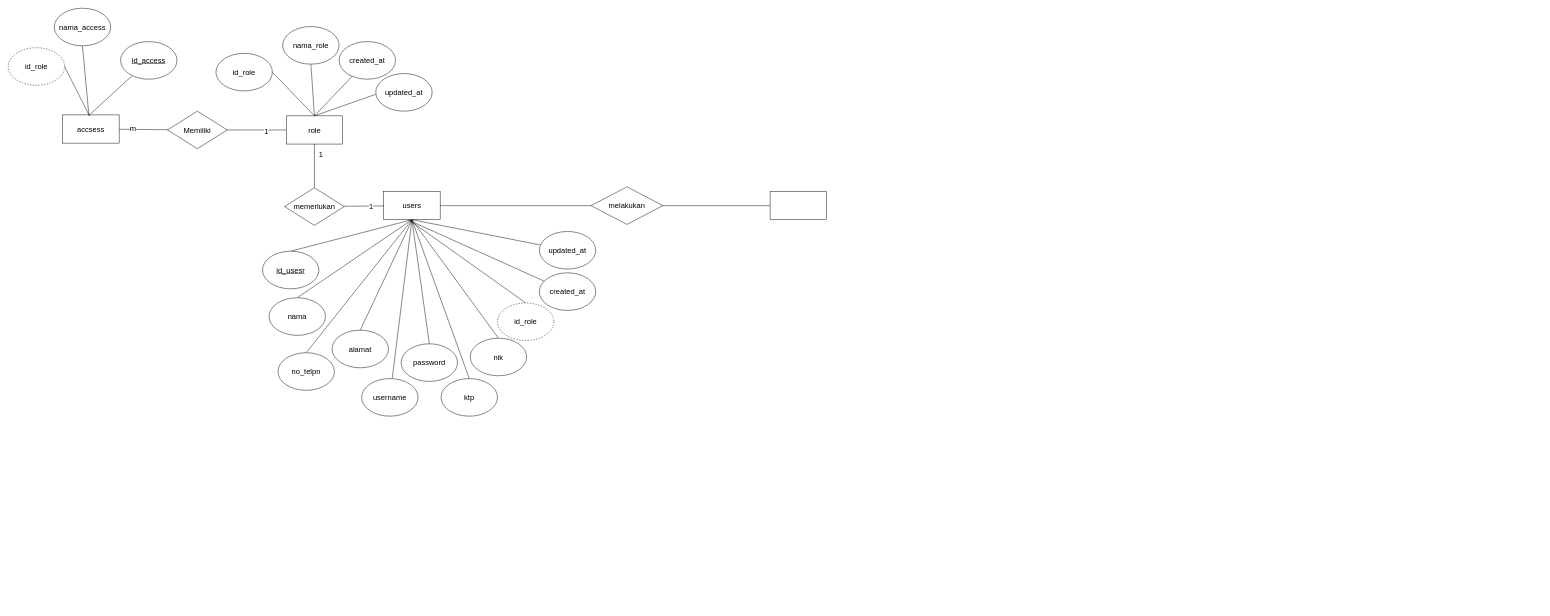
Before: diagram entity.drawio in Kantrawibawa10/Draw-I-O, a draw.io diagram. Source tidied: cells renumbered, new cells numbered last; positions are measured from the earlier drawing's top-left corner, leaving out a move shared by most shapes. Both pictures are drawn from the tidied source at 47%, with x=0, y=0 at pixel (8, 8).
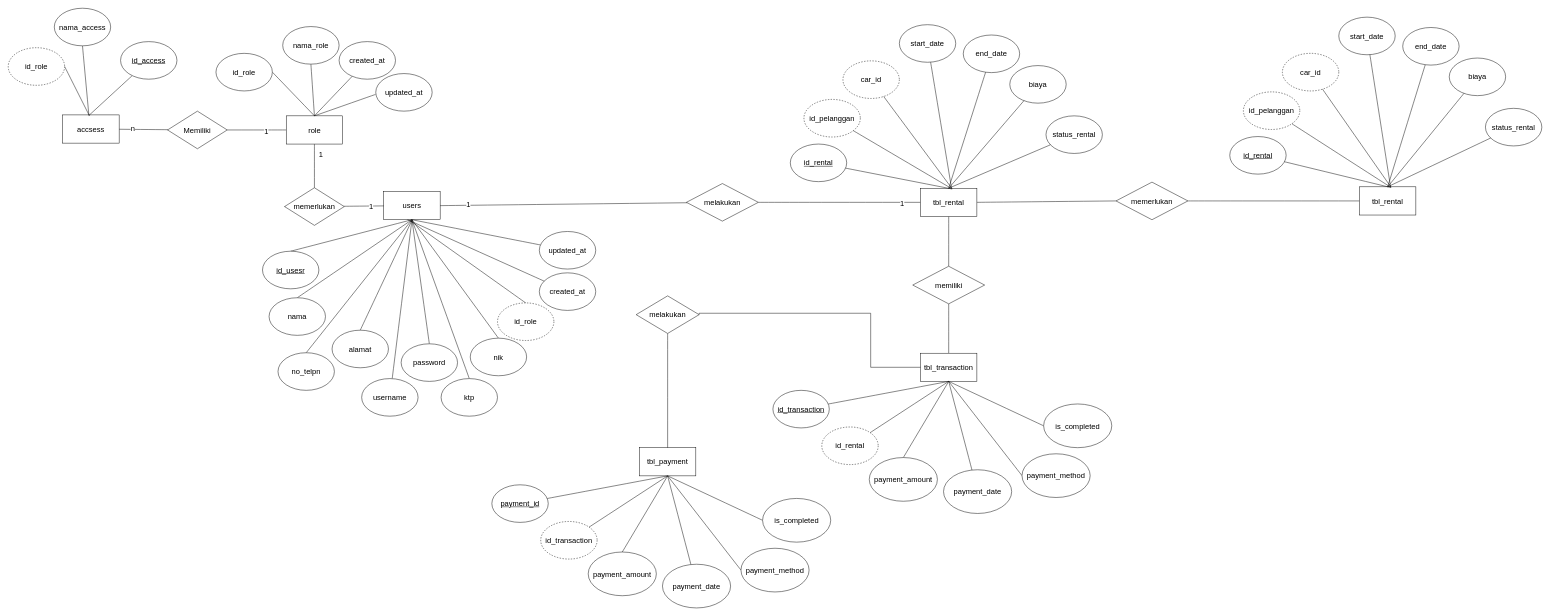
The same diagram, later.

The change refers to these unchanged cells:
```xml
<mxCell id="18" style="edgeStyle=none;curved=1;rounded=0;jettySize=auto;html=1;fontSize=12;startSize=8;endSize=8;endArrow=none;endFill=0;" parent="1" edge="1" source="20" target="21">
  <mxGeometry relative="1" as="geometry" />
</mxCell>
<mxCell id="30" style="edgeStyle=none;curved=1;rounded=0;jettySize=auto;html=1;exitX=1;exitY=0.5;exitDx=0;exitDy=0;fontSize=12;startSize=8;endSize=8;endArrow=none;endFill=0;" parent="1" edge="1" source="2" target="32">
  <mxGeometry relative="1" as="geometry" />
</mxCell>
<mxCell id="31" style="edgeStyle=none;curved=1;rounded=0;jettySize=auto;html=1;exitX=1;exitY=0.5;exitDx=0;exitDy=0;fontSize=12;startSize=8;endSize=8;endArrow=none;endFill=0;" parent="1" edge="1" source="32" target="33">
  <mxGeometry relative="1" as="geometry" />
</mxCell>
```

The edit, as a diff of the source:
```diff
@@
-    <mxCell id="19" value="m" style="edgeLabel;html=1;align=center;verticalAlign=middle;fontSize=16;" parent="18" vertex="1">
+    <mxCell id="19" value="n" style="edgeLabel;html=1;align=center;verticalAlign=middle;fontSize=16;" parent="18" vertex="1">
       <mxGeometry x="0.45" y="-3" relative="1" as="geometry" />
     </mxCell>
@@
+    <mxCell id="56" value="1" style="edgeLabel;html=1;align=center;verticalAlign=middle;fontSize=16;" parent="30" vertex="1">
+      <mxGeometry x="-0.77" y="2" relative="1" as="geometry" />
+    </mxCell>
@@
+    <mxCell id="57" value="1" style="edgeLabel;html=1;align=center;verticalAlign=middle;fontSize=16;" parent="31" vertex="1">
+      <mxGeometry x="0.77" y="-1" relative="1" as="geometry" />
+    </mxCell>
     <mxCell id="32" value="melakukan" style="rhombus;whiteSpace=wrap;html=1;fontSize=16;" parent="1" vertex="1">
-      <mxGeometry x="1240" y="380" width="153" height="80" as="geometry" />
+      <mxGeometry x="1443" y="373" width="153" height="80" as="geometry" />
     </mxCell>
+    <mxCell id="58" style="edgeStyle=none;curved=1;rounded=0;jettySize=auto;html=1;exitX=0.5;exitY=1;exitDx=0;exitDy=0;fontSize=12;startSize=8;endSize=8;endArrow=none;endFill=0;" parent="1" edge="1" source="33" target="75">
+      <mxGeometry relative="1" as="geometry" />
+    </mxCell>
+    <mxCell id="59" style="edgeStyle=none;curved=1;rounded=0;jettySize=auto;html=1;exitX=1;exitY=0.5;exitDx=0;exitDy=0;entryX=0;entryY=0.5;entryDx=0;entryDy=0;fontSize=12;startSize=8;endSize=8;endArrow=none;endFill=0;" parent="1" edge="1" source="33" target="105">
+      <mxGeometry relative="1" as="geometry" />
+    </mxCell>
-    <mxCell id="33" style="rounded=0;whiteSpace=wrap;html=1;fontSize=16;" parent="1" vertex="1">
-      <mxGeometry x="1621" y="390" width="120" height="60" as="geometry" />
+    <mxCell id="33" value="tbl_rental" style="rounded=0;whiteSpace=wrap;html=1;fontSize=16;" parent="1" vertex="1">
+      <mxGeometry x="1941" y="383" width="120" height="60" as="geometry" />
     </mxCell>
@@
+    <mxCell id="60" value="&lt;u&gt;id_rental&lt;/u&gt;" style="ellipse;whiteSpace=wrap;html=1;fontSize=16;" parent="1" vertex="1">
+      <mxGeometry x="1664" y="289" width="120" height="80" as="geometry" />
+    </mxCell>
+    <mxCell id="61" style="edgeStyle=none;curved=1;rounded=0;jettySize=auto;html=1;entryX=0.548;entryY=0.022;entryDx=0;entryDy=0;entryPerimeter=0;fontSize=12;startSize=8;endSize=8;endArrow=none;endFill=0;" parent="1" edge="1" source="60" target="33">
+      <mxGeometry relative="1" as="geometry" />
+    </mxCell>
+    <mxCell id="62" value="id_pelanggan" style="ellipse;whiteSpace=wrap;html=1;fontSize=16;dashed=1;" parent="1" vertex="1">
+      <mxGeometry x="1693" y="194" width="120" height="80" as="geometry" />
+    </mxCell>
+    <mxCell id="63" style="edgeStyle=none;curved=1;rounded=0;jettySize=auto;html=1;fontSize=12;startSize=8;endSize=8;endArrow=none;endFill=0;entryX=0.548;entryY=0.008;entryDx=0;entryDy=0;entryPerimeter=0;" parent="1" edge="1" source="62" target="33">
+      <mxGeometry relative="1" as="geometry" />
+    </mxCell>
+    <mxCell id="64" value="car_id" style="ellipse;whiteSpace=wrap;html=1;fontSize=16;dashed=1;" parent="1" vertex="1">
+      <mxGeometry x="1776" y="112" width="120" height="80" as="geometry" />
+    </mxCell>
+    <mxCell id="65" style="edgeStyle=none;curved=1;rounded=0;jettySize=auto;html=1;fontSize=12;startSize=8;endSize=8;endArrow=none;endFill=0;entryX=0.559;entryY=0.012;entryDx=0;entryDy=0;entryPerimeter=0;" parent="1" edge="1" source="64" target="33">
+      <mxGeometry relative="1" as="geometry" />
+    </mxCell>
+    <mxCell id="66" value="start_date" style="ellipse;whiteSpace=wrap;html=1;fontSize=16;" parent="1" vertex="1">
+      <mxGeometry x="1896" y="35" width="120" height="80" as="geometry" />
+    </mxCell>
+    <mxCell id="67" style="edgeStyle=none;curved=1;rounded=0;jettySize=auto;html=1;fontSize=12;startSize=8;endSize=8;endArrow=none;endFill=0;entryX=0.554;entryY=0.042;entryDx=0;entryDy=0;entryPerimeter=0;" parent="1" edge="1" source="66" target="33">
+      <mxGeometry relative="1" as="geometry" />
+    </mxCell>
+    <mxCell id="68" value="end_date" style="ellipse;whiteSpace=wrap;html=1;fontSize=16;" parent="1" vertex="1">
+      <mxGeometry x="2032" y="57" width="120" height="80" as="geometry" />
+    </mxCell>
+    <mxCell id="69" style="edgeStyle=none;curved=1;rounded=0;jettySize=auto;html=1;fontSize=12;startSize=8;endSize=8;endArrow=none;endFill=0;entryX=0.5;entryY=0;entryDx=0;entryDy=0;" parent="1" edge="1" source="68" target="33">
+      <mxGeometry relative="1" as="geometry" />
+    </mxCell>
+    <mxCell id="70" value="biaya" style="ellipse;whiteSpace=wrap;html=1;fontSize=16;" parent="1" vertex="1">
+      <mxGeometry x="2131" y="122" width="120" height="80" as="geometry" />
+    </mxCell>
+    <mxCell id="71" style="edgeStyle=none;curved=1;rounded=0;jettySize=auto;html=1;fontSize=12;startSize=8;endSize=8;endArrow=none;endFill=0;entryX=0.5;entryY=0;entryDx=0;entryDy=0;" parent="1" edge="1" source="70" target="33">
+      <mxGeometry relative="1" as="geometry" />
+    </mxCell>
+    <mxCell id="72" value="status_rental" style="ellipse;whiteSpace=wrap;html=1;fontSize=16;" parent="1" vertex="1">
+      <mxGeometry x="2208" y="229" width="120" height="80" as="geometry" />
+    </mxCell>
+    <mxCell id="73" style="edgeStyle=none;curved=1;rounded=0;jettySize=auto;html=1;fontSize=12;startSize=8;endSize=8;endArrow=none;endFill=0;entryX=0.5;entryY=0;entryDx=0;entryDy=0;" parent="1" edge="1" source="72" target="33">
+      <mxGeometry relative="1" as="geometry" />
+    </mxCell>
+    <mxCell id="74" style="edgeStyle=none;curved=1;rounded=0;jettySize=auto;html=1;exitX=0.5;exitY=1;exitDx=0;exitDy=0;fontSize=12;startSize=8;endSize=8;endArrow=none;endFill=0;" parent="1" edge="1" source="75" target="76">
+      <mxGeometry relative="1" as="geometry" />
+    </mxCell>
+    <mxCell id="75" value="memiliki" style="rhombus;whiteSpace=wrap;html=1;fontSize=16;" parent="1" vertex="1">
+      <mxGeometry x="1924.5" y="549" width="153" height="80" as="geometry" />
+    </mxCell>
+    <mxCell id="76" value="tbl_transaction" style="rounded=0;whiteSpace=wrap;html=1;fontSize=16;" parent="1" vertex="1">
+      <mxGeometry x="1941" y="734" width="120" height="60" as="geometry" />
+    </mxCell>
+    <mxCell id="77" style="edgeStyle=none;curved=1;rounded=0;jettySize=auto;html=1;entryX=0.5;entryY=1;entryDx=0;entryDy=0;fontSize=12;startSize=8;endSize=8;endArrow=none;endFill=0;" parent="1" edge="1" source="78" target="76">
+      <mxGeometry relative="1" as="geometry" />
+    </mxCell>
+    <mxCell id="78" value="&lt;u&gt;id_transaction&lt;/u&gt;" style="ellipse;whiteSpace=wrap;html=1;fontSize=16;" parent="1" vertex="1">
+      <mxGeometry x="1627" y="813" width="120" height="80" as="geometry" />
+    </mxCell>
+    <mxCell id="79" style="edgeStyle=none;curved=1;rounded=0;jettySize=auto;html=1;entryX=0.5;entryY=1;entryDx=0;entryDy=0;fontSize=12;startSize=8;endSize=8;endArrow=none;endFill=0;" parent="1" edge="1" source="80" target="76">
+      <mxGeometry relative="1" as="geometry" />
+    </mxCell>
+    <mxCell id="80" value="id_rental" style="ellipse;whiteSpace=wrap;html=1;fontSize=16;dashed=1;" parent="1" vertex="1">
+      <mxGeometry x="1731" y="891" width="120" height="80" as="geometry" />
+    </mxCell>
+    <mxCell id="81" style="edgeStyle=none;curved=1;rounded=0;jettySize=auto;html=1;exitX=0.5;exitY=0;exitDx=0;exitDy=0;entryX=0.5;entryY=1;entryDx=0;entryDy=0;fontSize=12;startSize=8;endSize=8;endArrow=none;endFill=0;" parent="1" edge="1" source="82" target="76">
+      <mxGeometry relative="1" as="geometry" />
+    </mxCell>
+    <mxCell id="82" value="payment_amount" style="ellipse;whiteSpace=wrap;html=1;fontSize=16;" parent="1" vertex="1">
+      <mxGeometry x="1832" y="956" width="145" height="93" as="geometry" />
+    </mxCell>
+    <mxCell id="83" style="edgeStyle=none;curved=1;rounded=0;jettySize=auto;html=1;entryX=0.5;entryY=1;entryDx=0;entryDy=0;fontSize=12;startSize=8;endSize=8;endArrow=none;endFill=0;" parent="1" edge="1" source="84" target="76">
+      <mxGeometry relative="1" as="geometry" />
+    </mxCell>
+    <mxCell id="84" value="payment_date" style="ellipse;whiteSpace=wrap;html=1;fontSize=16;" parent="1" vertex="1">
+      <mxGeometry x="1990" y="982" width="145" height="93" as="geometry" />
+    </mxCell>
+    <mxCell id="85" style="edgeStyle=none;curved=1;rounded=0;jettySize=auto;html=1;exitX=0;exitY=0.5;exitDx=0;exitDy=0;entryX=0.5;entryY=1;entryDx=0;entryDy=0;fontSize=12;startSize=8;endSize=8;endArrow=none;endFill=0;" parent="1" edge="1" source="86" target="76">
+      <mxGeometry relative="1" as="geometry" />
+    </mxCell>
+    <mxCell id="86" value="payment_method" style="ellipse;whiteSpace=wrap;html=1;fontSize=16;" parent="1" vertex="1">
+      <mxGeometry x="2157" y="948" width="145" height="93" as="geometry" />
+    </mxCell>
+    <mxCell id="87" style="edgeStyle=none;curved=1;rounded=0;jettySize=auto;html=1;exitX=0;exitY=0.5;exitDx=0;exitDy=0;entryX=0.5;entryY=1;entryDx=0;entryDy=0;fontSize=12;startSize=8;endSize=8;endArrow=none;endFill=0;" parent="1" edge="1" source="88" target="76">
+      <mxGeometry relative="1" as="geometry" />
+    </mxCell>
+    <mxCell id="88" value="is_completed" style="ellipse;whiteSpace=wrap;html=1;fontSize=16;" parent="1" vertex="1">
+      <mxGeometry x="2203" y="842" width="145" height="93" as="geometry" />
+    </mxCell>
+    <mxCell id="89" style="edgeStyle=segmentEdgeStyle;endArrow=none;html=1;curved=0;rounded=0;endSize=8;startSize=8;fontSize=12;entryX=1;entryY=0.5;entryDx=0;entryDy=0;endFill=0;exitX=0;exitY=0.5;exitDx=0;exitDy=0;" parent="1" edge="1" source="76" target="104">
+      <mxGeometry relative="1" as="geometry">
+        <Array as="points">
+          <mxPoint x="1835" y="764" />
+          <mxPoint x="1835" y="649" />
+          <mxPoint x="1470" y="649" />
+        </Array>
+      </mxGeometry>
+    </mxCell>
+    <mxCell id="90" value="tbl_payment" style="rounded=0;whiteSpace=wrap;html=1;fontSize=16;" parent="1" vertex="1">
+      <mxGeometry x="1343" y="935" width="120" height="60" as="geometry" />
+    </mxCell>
+    <mxCell id="91" style="edgeStyle=none;curved=1;rounded=0;jettySize=auto;html=1;entryX=0.5;entryY=1;entryDx=0;entryDy=0;fontSize=12;startSize=8;endSize=8;endArrow=none;endFill=0;" parent="1" edge="1" source="92" target="90">
+      <mxGeometry relative="1" as="geometry" />
+    </mxCell>
+    <mxCell id="92" value="&lt;u&gt;payment_id&lt;/u&gt;" style="ellipse;whiteSpace=wrap;html=1;fontSize=16;" parent="1" vertex="1">
+      <mxGeometry x="1029" y="1014" width="120" height="80" as="geometry" />
+    </mxCell>
+    <mxCell id="93" style="edgeStyle=none;curved=1;rounded=0;jettySize=auto;html=1;entryX=0.5;entryY=1;entryDx=0;entryDy=0;fontSize=12;startSize=8;endSize=8;endArrow=none;endFill=0;" parent="1" edge="1" source="94" target="90">
+      <mxGeometry relative="1" as="geometry" />
+    </mxCell>
+    <mxCell id="94" value="id_transaction" style="ellipse;whiteSpace=wrap;html=1;fontSize=16;dashed=1;" parent="1" vertex="1">
+      <mxGeometry x="1133" y="1092" width="120" height="80" as="geometry" />
+    </mxCell>
+    <mxCell id="95" style="edgeStyle=none;curved=1;rounded=0;jettySize=auto;html=1;exitX=0.5;exitY=0;exitDx=0;exitDy=0;entryX=0.5;entryY=1;entryDx=0;entryDy=0;fontSize=12;startSize=8;endSize=8;endArrow=none;endFill=0;" parent="1" edge="1" source="96" target="90">
+      <mxGeometry relative="1" as="geometry" />
+    </mxCell>
+    <mxCell id="96" value="payment_amount" style="ellipse;whiteSpace=wrap;html=1;fontSize=16;" parent="1" vertex="1">
+      <mxGeometry x="1234" y="1157" width="145" height="93" as="geometry" />
+    </mxCell>
+    <mxCell id="97" style="edgeStyle=none;curved=1;rounded=0;jettySize=auto;html=1;entryX=0.5;entryY=1;entryDx=0;entryDy=0;fontSize=12;startSize=8;endSize=8;endArrow=none;endFill=0;" parent="1" edge="1" source="98" target="90">
+      <mxGeometry relative="1" as="geometry" />
+    </mxCell>
+    <mxCell id="98" value="payment_date" style="ellipse;whiteSpace=wrap;html=1;fontSize=16;" parent="1" vertex="1">
+      <mxGeometry x="1392" y="1183" width="145" height="93" as="geometry" />
+    </mxCell>
+    <mxCell id="99" style="edgeStyle=none;curved=1;rounded=0;jettySize=auto;html=1;exitX=0;exitY=0.5;exitDx=0;exitDy=0;entryX=0.5;entryY=1;entryDx=0;entryDy=0;fontSize=12;startSize=8;endSize=8;endArrow=none;endFill=0;" parent="1" edge="1" source="100" target="90">
+      <mxGeometry relative="1" as="geometry" />
+    </mxCell>
+    <mxCell id="100" value="payment_method" style="ellipse;whiteSpace=wrap;html=1;fontSize=16;" parent="1" vertex="1">
+      <mxGeometry x="1559" y="1149" width="145" height="93" as="geometry" />
+    </mxCell>
+    <mxCell id="101" style="edgeStyle=none;curved=1;rounded=0;jettySize=auto;html=1;exitX=0;exitY=0.5;exitDx=0;exitDy=0;entryX=0.5;entryY=1;entryDx=0;entryDy=0;fontSize=12;startSize=8;endSize=8;endArrow=none;endFill=0;" parent="1" edge="1" source="102" target="90">
+      <mxGeometry relative="1" as="geometry" />
+    </mxCell>
+    <mxCell id="102" value="is_completed" style="ellipse;whiteSpace=wrap;html=1;fontSize=16;" parent="1" vertex="1">
+      <mxGeometry x="1605" y="1043" width="145" height="93" as="geometry" />
+    </mxCell>
+    <mxCell id="103" style="edgeStyle=none;curved=1;rounded=0;jettySize=auto;html=1;fontSize=12;startSize=8;endSize=8;endArrow=none;endFill=0;" parent="1" edge="1" source="104" target="90">
+      <mxGeometry relative="1" as="geometry" />
+    </mxCell>
+    <mxCell id="104" value="melakukan" style="rhombus;whiteSpace=wrap;html=1;fontSize=16;" parent="1" vertex="1">
+      <mxGeometry x="1336" y="612" width="134" height="80" as="geometry" />
+    </mxCell>
+    <mxCell id="105" value="memerlukan" style="rhombus;whiteSpace=wrap;html=1;fontSize=16;" parent="1" vertex="1">
+      <mxGeometry x="2357" y="370" width="153" height="80" as="geometry" />
+    </mxCell>
+    <mxCell id="106" style="edgeStyle=none;curved=1;rounded=0;jettySize=auto;html=1;exitX=1;exitY=0.5;exitDx=0;exitDy=0;fontSize=12;startSize=8;endSize=8;endArrow=none;endFill=0;entryX=0;entryY=0.5;entryDx=0;entryDy=0;" parent="1" edge="1" source="105" target="107">
+      <mxGeometry relative="1" as="geometry" />
+    </mxCell>
+    <mxCell id="107" value="tbl_rental" style="rounded=0;whiteSpace=wrap;html=1;fontSize=16;" parent="1" vertex="1">
+      <mxGeometry x="2875" y="380" width="120" height="60" as="geometry" />
+    </mxCell>
+    <mxCell id="108" value="&lt;u&gt;id_rental&lt;/u&gt;" style="ellipse;whiteSpace=wrap;html=1;fontSize=16;" parent="1" vertex="1">
+      <mxGeometry x="2599" y="273" width="120" height="80" as="geometry" />
+    </mxCell>
+    <mxCell id="109" style="edgeStyle=none;curved=1;rounded=0;jettySize=auto;html=1;entryX=0.548;entryY=0.022;entryDx=0;entryDy=0;entryPerimeter=0;fontSize=12;startSize=8;endSize=8;endArrow=none;endFill=0;" parent="1" edge="1" source="108" target="107">
+      <mxGeometry relative="1" as="geometry" />
+    </mxCell>
+    <mxCell id="110" value="id_pelanggan" style="ellipse;whiteSpace=wrap;html=1;fontSize=16;dashed=1;" parent="1" vertex="1">
+      <mxGeometry x="2628" y="178" width="120" height="80" as="geometry" />
+    </mxCell>
+    <mxCell id="111" style="edgeStyle=none;curved=1;rounded=0;jettySize=auto;html=1;fontSize=12;startSize=8;endSize=8;endArrow=none;endFill=0;entryX=0.548;entryY=0.008;entryDx=0;entryDy=0;entryPerimeter=0;" parent="1" edge="1" source="110" target="107">
+      <mxGeometry relative="1" as="geometry" />
+    </mxCell>
+    <mxCell id="112" value="car_id" style="ellipse;whiteSpace=wrap;html=1;fontSize=16;dashed=1;" parent="1" vertex="1">
+      <mxGeometry x="2711" y="96" width="120" height="80" as="geometry" />
+    </mxCell>
+    <mxCell id="113" style="edgeStyle=none;curved=1;rounded=0;jettySize=auto;html=1;fontSize=12;startSize=8;endSize=8;endArrow=none;endFill=0;entryX=0.559;entryY=0.012;entryDx=0;entryDy=0;entryPerimeter=0;" parent="1" edge="1" source="112" target="107">
+      <mxGeometry relative="1" as="geometry" />
+    </mxCell>
+    <mxCell id="114" value="start_date" style="ellipse;whiteSpace=wrap;html=1;fontSize=16;" parent="1" vertex="1">
+      <mxGeometry x="2831" y="19" width="120" height="80" as="geometry" />
+    </mxCell>
+    <mxCell id="115" style="edgeStyle=none;curved=1;rounded=0;jettySize=auto;html=1;fontSize=12;startSize=8;endSize=8;endArrow=none;endFill=0;entryX=0.554;entryY=0.042;entryDx=0;entryDy=0;entryPerimeter=0;" parent="1" edge="1" source="114" target="107">
+      <mxGeometry relative="1" as="geometry" />
+    </mxCell>
+    <mxCell id="116" value="end_date" style="ellipse;whiteSpace=wrap;html=1;fontSize=16;" parent="1" vertex="1">
+      <mxGeometry x="2967" y="41" width="120" height="80" as="geometry" />
+    </mxCell>
+    <mxCell id="117" style="edgeStyle=none;curved=1;rounded=0;jettySize=auto;html=1;fontSize=12;startSize=8;endSize=8;endArrow=none;endFill=0;entryX=0.5;entryY=0;entryDx=0;entryDy=0;" parent="1" edge="1" source="116" target="107">
+      <mxGeometry relative="1" as="geometry" />
+    </mxCell>
+    <mxCell id="118" value="biaya" style="ellipse;whiteSpace=wrap;html=1;fontSize=16;" parent="1" vertex="1">
+      <mxGeometry x="3066" y="106" width="120" height="80" as="geometry" />
+    </mxCell>
+    <mxCell id="119" style="edgeStyle=none;curved=1;rounded=0;jettySize=auto;html=1;fontSize=12;startSize=8;endSize=8;endArrow=none;endFill=0;entryX=0.5;entryY=0;entryDx=0;entryDy=0;" parent="1" edge="1" source="118" target="107">
+      <mxGeometry relative="1" as="geometry" />
+    </mxCell>
+    <mxCell id="120" value="status_rental" style="ellipse;whiteSpace=wrap;html=1;fontSize=16;" parent="1" vertex="1">
+      <mxGeometry x="3143" y="213" width="120" height="80" as="geometry" />
+    </mxCell>
+    <mxCell id="121" style="edgeStyle=none;curved=1;rounded=0;jettySize=auto;html=1;fontSize=12;startSize=8;endSize=8;endArrow=none;endFill=0;entryX=0.5;entryY=0;entryDx=0;entryDy=0;" parent="1" edge="1" source="120" target="107">
+      <mxGeometry relative="1" as="geometry" />
+    </mxCell>
```
